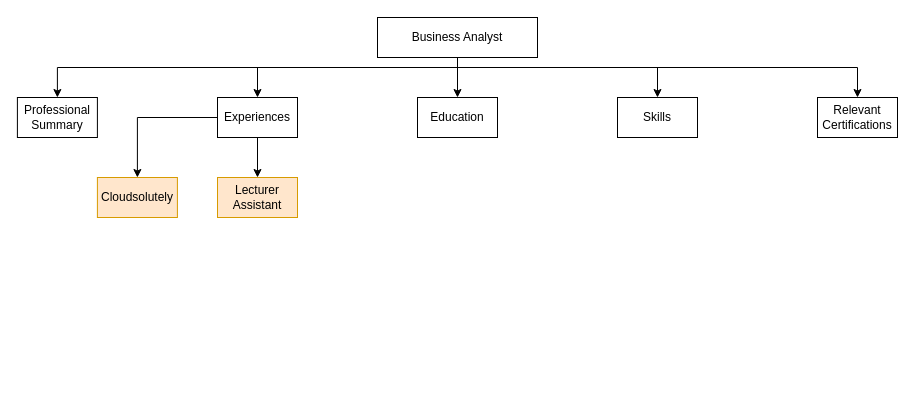
The draw.io diagram page "Page-1" (1 of 3) of Personal.drawio in hanggaa/Diagram, before the edit. Source tidied: cells renumbered, new cells numbered last; positions are measured from the earlier drawing's top-left corner, leaving out a move shared by most shapes. Both pictures are drawn from the tidied source at 100%, with x=0, y=0 at pixel (17, 17).
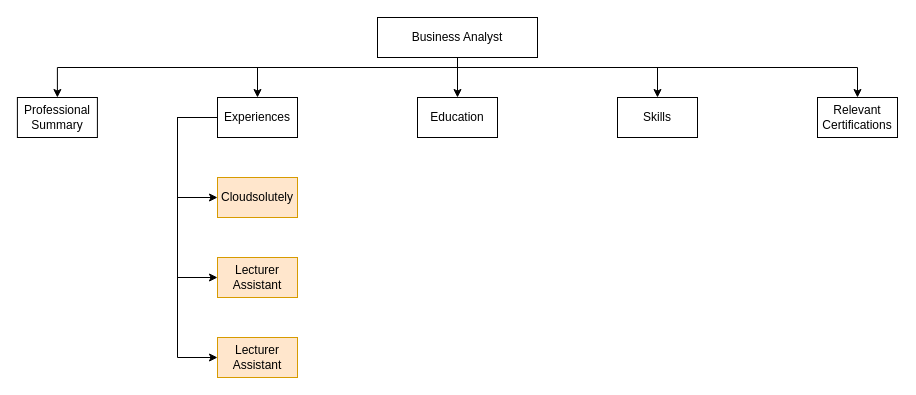
The same diagram, later.

The change refers to these unchanged cells:
```xml
<mxCell id="11" value="Experiences" style="rounded=0;whiteSpace=wrap;html=1;" parent="1" vertex="1">
  <mxGeometry x="200" y="80" width="80" height="40" as="geometry" />
</mxCell>
```

Change to the diagram source:
```diff
@@
-    <mxCell id="9" style="edgeStyle=orthogonalEdgeStyle;rounded=0;jettySize=auto;html=1;entryX=0.5;entryY=0;entryDx=0;entryDy=0;" parent="1" edge="1" source="11" target="15">
-      <mxGeometry relative="1" as="geometry" />
+    <mxCell id="9" style="edgeStyle=orthogonalEdgeStyle;rounded=0;jettySize=auto;html=1;entryX=0;entryY=0.5;entryDx=0;entryDy=0;" parent="1" edge="1" source="11" target="15">
+      <mxGeometry relative="1" as="geometry">
+        <Array as="points">
+          <mxPoint x="160" y="100" />
+          <mxPoint x="160" y="180" />
+        </Array>
+      </mxGeometry>
     </mxCell>
-    <mxCell id="10" style="edgeStyle=orthogonalEdgeStyle;rounded=0;jettySize=auto;html=1;entryX=0.5;entryY=0;entryDx=0;entryDy=0;" parent="1" edge="1" source="11" target="16">
-      <mxGeometry relative="1" as="geometry" />
+    <mxCell id="10" style="edgeStyle=orthogonalEdgeStyle;rounded=0;jettySize=auto;html=1;entryX=0;entryY=0.5;entryDx=0;entryDy=0;" parent="1" edge="1" source="11" target="16">
+      <mxGeometry relative="1" as="geometry">
+        <Array as="points">
+          <mxPoint x="160" y="100" />
+          <mxPoint x="160" y="260" />
+        </Array>
+      </mxGeometry>
     </mxCell>
+    <mxCell id="17" style="edgeStyle=orthogonalEdgeStyle;rounded=0;jettySize=auto;html=1;entryX=0;entryY=0.5;entryDx=0;entryDy=0;" parent="1" edge="1" source="11" target="18">
+      <mxGeometry relative="1" as="geometry">
+        <Array as="points">
+          <mxPoint x="160" y="100" />
+          <mxPoint x="160" y="340" />
+        </Array>
+      </mxGeometry>
+    </mxCell>
@@
     <mxCell id="15" value="Cloudsolutely" style="rounded=0;whiteSpace=wrap;html=1;fillColor=#ffe6cc;strokeColor=#d79b00;" parent="1" vertex="1">
-      <mxGeometry x="79.9" y="160" width="80" height="40" as="geometry" />
+      <mxGeometry x="200" y="160" width="80" height="40" as="geometry" />
     </mxCell>
     <mxCell id="16" value="Lecturer Assistant" style="rounded=0;whiteSpace=wrap;html=1;fillColor=#ffe6cc;strokeColor=#d79b00;" parent="1" vertex="1">
-      <mxGeometry x="200" y="160" width="80" height="40" as="geometry" />
+      <mxGeometry x="200" y="240" width="80" height="40" as="geometry" />
     </mxCell>
+    <mxCell id="18" value="Lecturer Assistant" style="rounded=0;whiteSpace=wrap;html=1;fillColor=#ffe6cc;strokeColor=#d79b00;" parent="1" vertex="1">
+      <mxGeometry x="200" y="320" width="80" height="40" as="geometry" />
+    </mxCell>
```
